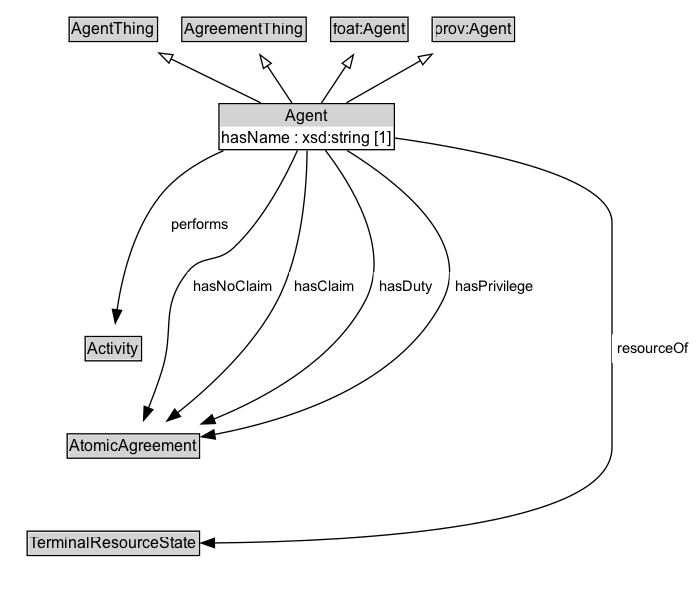
The Graphviz diagram docs/diagrams/Agent.dot.png in ISO-TC204/ontology-cdm-p1-v1, before a commit. Its source is kept beside it as docs/diagrams/Agent.dot.
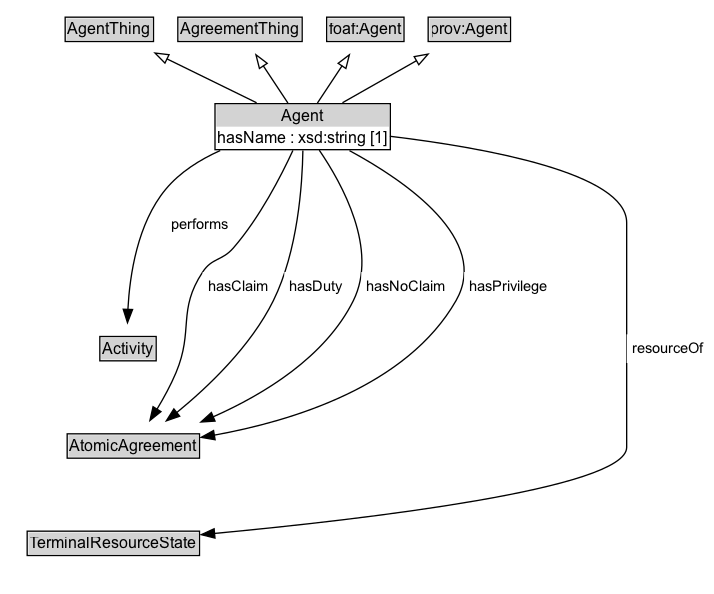
Later version of the same file.

Diff of the diagram source:
```diff
@@ -28,13 +28,13 @@
 	Invis -> Activity [style=invis]
 	Activity -> AtomicAgreement [style=invis]
 	AtomicAgreement -> TerminalResourceState [style=invis]
+	Activity [label=<<TABLE BORDER="1" CELLBORDER="0" CELLSPACING="0" CELLPADDING="1"><TR><TD BGCOLOR="lightgray" ALIGN="CENTER">Activity</TD></TR></TABLE>> URL="../Activity" margin=0]
+	Agent -> Activity [label=<<TABLE BORDER="0" CELLBORDER="0" CELLSPACING="0" CELLPADDING="4" BGCOLOR="white"><TR><TD ALIGN="CENTER">performs</TD></TR></TABLE>> arrowhead=normal style=solid]
 	TerminalResourceState [label=<<TABLE BORDER="1" CELLBORDER="0" CELLSPACING="0" CELLPADDING="1"><TR><TD BGCOLOR="lightgray" ALIGN="CENTER">TerminalResourceState</TD></TR></TABLE>> URL="../TerminalResourceState" margin=0]
 	Agent -> TerminalResourceState [label=<<TABLE BORDER="0" CELLBORDER="0" CELLSPACING="0" CELLPADDING="4" BGCOLOR="white"><TR><TD ALIGN="CENTER">resourceOf</TD></TR></TABLE>> arrowhead=normal style=solid]
-	Activity [label=<<TABLE BORDER="1" CELLBORDER="0" CELLSPACING="0" CELLPADDING="1"><TR><TD BGCOLOR="lightgray" ALIGN="CENTER">Activity</TD></TR></TABLE>> URL="../Activity" margin=0]
-	Agent -> Activity [label=<<TABLE BORDER="0" CELLBORDER="0" CELLSPACING="0" CELLPADDING="4" BGCOLOR="white"><TR><TD ALIGN="CENTER">performs</TD></TR></TABLE>> arrowhead=normal style=solid]
 	AtomicAgreement [label=<<TABLE BORDER="1" CELLBORDER="0" CELLSPACING="0" CELLPADDING="1"><TR><TD BGCOLOR="lightgray" ALIGN="CENTER">AtomicAgreement</TD></TR></TABLE>> URL="../AtomicAgreement" margin=0]
-	Agent -> AtomicAgreement [label=<<TABLE BORDER="0" CELLBORDER="0" CELLSPACING="0" CELLPADDING="4" BGCOLOR="white"><TR><TD ALIGN="CENTER">hasNoClaim</TD></TR></TABLE>> arrowhead=normal style=solid]
 	Agent -> AtomicAgreement [label=<<TABLE BORDER="0" CELLBORDER="0" CELLSPACING="0" CELLPADDING="4" BGCOLOR="white"><TR><TD ALIGN="CENTER">hasClaim</TD></TR></TABLE>> arrowhead=normal style=solid]
 	Agent -> AtomicAgreement [label=<<TABLE BORDER="0" CELLBORDER="0" CELLSPACING="0" CELLPADDING="4" BGCOLOR="white"><TR><TD ALIGN="CENTER">hasDuty</TD></TR></TABLE>> arrowhead=normal style=solid]
+	Agent -> AtomicAgreement [label=<<TABLE BORDER="0" CELLBORDER="0" CELLSPACING="0" CELLPADDING="4" BGCOLOR="white"><TR><TD ALIGN="CENTER">hasNoClaim</TD></TR></TABLE>> arrowhead=normal style=solid]
 	Agent -> AtomicAgreement [label=<<TABLE BORDER="0" CELLBORDER="0" CELLSPACING="0" CELLPADDING="4" BGCOLOR="white"><TR><TD ALIGN="CENTER">hasPrivilege</TD></TR></TABLE>> arrowhead=normal style=solid]
 }
```
